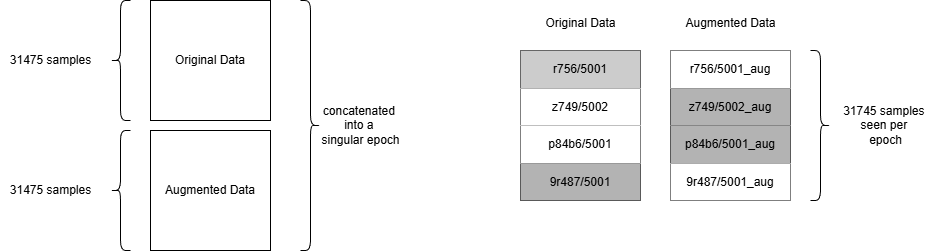
Above: figures/batching_fix.png in sodonne6/Data_Augmentation_for_AVSR (draw.io), before the change. Source tidied: cells renumbered, new cells last; positions are measured from the earlier drawing's top-left corner, leaving out a move shared by most shapes.
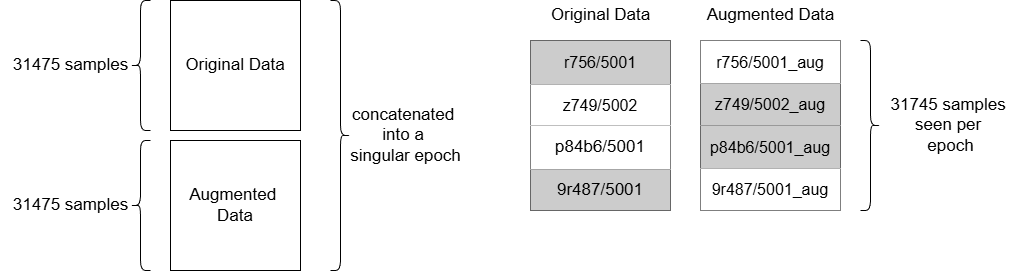
After the commit.

The edit, as a diff of the source:
```diff
@@ -2,95 +2,95 @@
   <root>
     <mxCell id="0" />
     <mxCell id="1" parent="0" />
-    <mxCell id="2" value="Original Data" style="whiteSpace=wrap;html=1;" parent="1" vertex="1">
-      <mxGeometry x="150" width="120" height="120" as="geometry" />
+    <mxCell id="2" value="&lt;font style=&quot;font-size: 17px;&quot;&gt;Original Data&lt;/font&gt;" style="whiteSpace=wrap;html=1;" parent="1" vertex="1">
+      <mxGeometry x="140" y="-10" width="130" height="130" as="geometry" />
     </mxCell>
-    <mxCell id="3" value="Augmented Data" style="whiteSpace=wrap;html=1;" parent="1" vertex="1">
-      <mxGeometry x="150" y="130" width="120" height="120" as="geometry" />
+    <mxCell id="3" value="&lt;font style=&quot;font-size: 17px;&quot;&gt;Augmented&amp;nbsp;&lt;/font&gt;&lt;div&gt;&lt;font style=&quot;font-size: 17px;&quot;&gt;Data&lt;/font&gt;&lt;/div&gt;" style="whiteSpace=wrap;html=1;" parent="1" vertex="1">
+      <mxGeometry x="140" y="130" width="130" height="130" as="geometry" />
     </mxCell>
     <mxCell id="4" style="shape=curlyBracket;whiteSpace=wrap;html=1;rounded=1;flipH=1;labelPosition=right;verticalLabelPosition=middle;align=left;verticalAlign=middle;" parent="1" vertex="1">
-      <mxGeometry x="300" width="20" height="250" as="geometry" />
+      <mxGeometry x="300" y="-10" width="20" height="270" as="geometry" />
     </mxCell>
-    <mxCell id="5" value="concatenated&amp;nbsp;&lt;div&gt;into a&amp;nbsp;&lt;/div&gt;&lt;div&gt;singular epoch&lt;/div&gt;" style="text;html=1;align=center;verticalAlign=middle;strokeColor=none;fillColor=none;" parent="1" vertex="1">
-      <mxGeometry x="310" y="95" width="100" height="60" as="geometry" />
+    <mxCell id="5" value="&lt;font style=&quot;font-size: 17px;&quot;&gt;concatenated&amp;nbsp;&lt;/font&gt;&lt;div&gt;&lt;font style=&quot;font-size: 17px;&quot;&gt;into a&amp;nbsp;&lt;/font&gt;&lt;/div&gt;&lt;div&gt;&lt;font style=&quot;font-size: 17px;&quot;&gt;singular epoch&lt;/font&gt;&lt;/div&gt;" style="text;html=1;align=center;verticalAlign=middle;strokeColor=none;fillColor=none;" parent="1" vertex="1">
+      <mxGeometry x="310" y="90" width="130" height="70" as="geometry" />
     </mxCell>
     <mxCell id="6" style="shape=curlyBracket;whiteSpace=wrap;html=1;rounded=1;labelPosition=left;verticalLabelPosition=middle;align=right;verticalAlign=middle;" parent="1" vertex="1">
-      <mxGeometry x="110" width="20" height="120" as="geometry" />
+      <mxGeometry x="100" y="-10" width="20" height="130" as="geometry" />
     </mxCell>
-    <mxCell id="7" value="31475 samples" style="text;html=1;align=center;verticalAlign=middle;strokeColor=none;fillColor=none;" parent="1" vertex="1">
-      <mxGeometry y="45" width="100" height="30" as="geometry" />
+    <mxCell id="7" value="&lt;font style=&quot;font-size: 17px;&quot;&gt;31475 samples&lt;/font&gt;" style="text;html=1;align=center;verticalAlign=middle;strokeColor=none;fillColor=none;" parent="1" vertex="1">
+      <mxGeometry x="-30" y="40" width="140" height="30" as="geometry" />
     </mxCell>
     <mxCell id="8" style="shape=curlyBracket;whiteSpace=wrap;html=1;rounded=1;labelPosition=left;verticalLabelPosition=middle;align=right;verticalAlign=middle;" parent="1" vertex="1">
-      <mxGeometry x="110" y="130" width="20" height="120" as="geometry" />
+      <mxGeometry x="100" y="130" width="20" height="130" as="geometry" />
     </mxCell>
-    <mxCell id="9" value="31475 samples" style="text;html=1;align=center;verticalAlign=middle;strokeColor=none;fillColor=none;" parent="1" vertex="1">
-      <mxGeometry y="175" width="100" height="30" as="geometry" />
+    <mxCell id="9" value="&lt;font style=&quot;font-size: 17px;&quot;&gt;31475 samples&lt;/font&gt;" style="text;html=1;align=center;verticalAlign=middle;strokeColor=none;fillColor=none;" parent="1" vertex="1">
+      <mxGeometry x="-30" y="180" width="140" height="30" as="geometry" />
     </mxCell>
     <mxCell id="10" style="shape=table;startSize=0;" parent="1" vertex="1">
-      <mxGeometry x="520" y="50" width="120" height="150" as="geometry" />
+      <mxGeometry x="500" y="30" width="140" height="170" as="geometry" />
     </mxCell>
     <mxCell id="11" style="shape=tableRow;horizontal=0;startSize=0;swimlaneHead=0;swimlaneBody=0;strokeColor=inherit;top=0;left=0;bottom=0;right=0;fillColor=none;" parent="10" vertex="1">
-      <mxGeometry width="120" height="38" as="geometry" />
+      <mxGeometry width="140" height="44" as="geometry" />
     </mxCell>
-    <mxCell id="12" value="&lt;span style=&quot;color: rgb(0, 0, 0);&quot;&gt;r756/5001&lt;/span&gt;" style="shape=partialRectangle;html=1;whiteSpace=wrap;strokeColor=#FF5A14;overflow=hidden;fillColor=#CCCCCC;top=0;left=0;bottom=0;right=0;" parent="11" vertex="1">
-      <mxGeometry width="120" height="38" as="geometry" />
+    <mxCell id="12" value="&lt;span style=&quot;color: rgb(0, 0, 0);&quot;&gt;&lt;font style=&quot;font-size: 16px;&quot;&gt;r756/5001&lt;/font&gt;&lt;/span&gt;" style="shape=partialRectangle;html=1;whiteSpace=wrap;strokeColor=#FF5A14;overflow=hidden;fillColor=#CCCCCC;top=0;left=0;bottom=0;right=0;" parent="11" vertex="1">
+      <mxGeometry width="140" height="44" as="geometry" />
     </mxCell>
     <mxCell id="13" style="shape=tableRow;horizontal=0;startSize=0;swimlaneHead=0;swimlaneBody=0;strokeColor=inherit;top=0;left=0;bottom=0;right=0;fillColor=none;" parent="10" vertex="1">
-      <mxGeometry y="38" width="120" height="37" as="geometry" />
+      <mxGeometry y="44" width="140" height="41" as="geometry" />
     </mxCell>
-    <mxCell id="14" value="&lt;span style=&quot;color: rgb(0, 0, 0);&quot;&gt;z749/5002&lt;/span&gt;" style="shape=partialRectangle;html=1;whiteSpace=wrap;strokeColor=inherit;overflow=hidden;fillColor=#FFFFFF;top=0;left=0;bottom=0;right=0;" parent="13" vertex="1">
-      <mxGeometry width="120" height="37" as="geometry" />
+    <mxCell id="14" value="&lt;span style=&quot;color: rgb(0, 0, 0);&quot;&gt;&lt;font style=&quot;font-size: 16px;&quot;&gt;z749/5002&lt;/font&gt;&lt;/span&gt;" style="shape=partialRectangle;html=1;whiteSpace=wrap;strokeColor=inherit;overflow=hidden;fillColor=#FFFFFF;top=0;left=0;bottom=0;right=0;" parent="13" vertex="1">
+      <mxGeometry width="140" height="41" as="geometry" />
     </mxCell>
     <mxCell id="15" style="shape=tableRow;horizontal=0;startSize=0;swimlaneHead=0;swimlaneBody=0;strokeColor=inherit;top=0;left=0;bottom=0;right=0;fillColor=none;" parent="10" vertex="1">
-      <mxGeometry y="75" width="120" height="38" as="geometry" />
+      <mxGeometry y="85" width="140" height="44" as="geometry" />
     </mxCell>
-    <mxCell id="16" value="&lt;span style=&quot;color: rgb(0, 0, 0);&quot;&gt;p84b6/5001&lt;/span&gt;" style="shape=partialRectangle;html=1;whiteSpace=wrap;strokeColor=inherit;overflow=hidden;fillColor=#FFFFFF;top=0;left=0;bottom=0;right=0;" parent="15" vertex="1">
-      <mxGeometry width="120" height="38" as="geometry" />
+    <mxCell id="16" value="&lt;span style=&quot;color: rgb(0, 0, 0);&quot;&gt;&lt;font style=&quot;font-size: 17px;&quot;&gt;p84b6/5001&lt;/font&gt;&lt;/span&gt;" style="shape=partialRectangle;html=1;whiteSpace=wrap;strokeColor=inherit;overflow=hidden;fillColor=#FFFFFF;top=0;left=0;bottom=0;right=0;" parent="15" vertex="1">
+      <mxGeometry width="140" height="44" as="geometry" />
     </mxCell>
     <mxCell id="17" style="shape=tableRow;horizontal=0;startSize=0;swimlaneHead=0;swimlaneBody=0;strokeColor=inherit;top=0;left=0;bottom=0;right=0;fillColor=none;" parent="10" vertex="1">
-      <mxGeometry y="113" width="120" height="37" as="geometry" />
+      <mxGeometry y="129" width="140" height="41" as="geometry" />
     </mxCell>
-    <mxCell id="18" value="&lt;span style=&quot;color: rgb(0, 0, 0);&quot;&gt;9r487/5001&lt;/span&gt;" style="shape=partialRectangle;html=1;whiteSpace=wrap;strokeColor=inherit;overflow=hidden;fillColor=#B3B3B3;top=0;left=0;bottom=0;right=0;" parent="17" vertex="1">
-      <mxGeometry width="120" height="37" as="geometry" />
+    <mxCell id="18" value="&lt;span style=&quot;color: rgb(0, 0, 0);&quot;&gt;&lt;font style=&quot;font-size: 17px;&quot;&gt;9r487/5001&lt;/font&gt;&lt;/span&gt;" style="shape=partialRectangle;html=1;whiteSpace=wrap;strokeColor=inherit;overflow=hidden;fillColor=#CCCCCC;top=0;left=0;bottom=0;right=0;" parent="17" vertex="1">
+      <mxGeometry width="140" height="41" as="geometry" />
     </mxCell>
     <mxCell id="19" style="shape=table;startSize=0;" parent="1" vertex="1">
-      <mxGeometry x="670" y="50" width="120" height="150" as="geometry" />
+      <mxGeometry x="670" y="30" width="140" height="170" as="geometry" />
     </mxCell>
     <mxCell id="20" style="shape=tableRow;horizontal=0;startSize=0;swimlaneHead=0;swimlaneBody=0;strokeColor=inherit;top=0;left=0;bottom=0;right=0;fillColor=none;" parent="19" vertex="1">
-      <mxGeometry width="120" height="38" as="geometry" />
+      <mxGeometry width="140" height="43" as="geometry" />
     </mxCell>
-    <mxCell id="21" value="&lt;span style=&quot;color: rgb(0, 0, 0);&quot;&gt;r756/5001_aug&lt;/span&gt;" style="shape=partialRectangle;html=1;whiteSpace=wrap;strokeColor=#FF5A14;overflow=hidden;fillColor=#FFFFFF;top=0;left=0;bottom=0;right=0;" parent="20" vertex="1">
-      <mxGeometry width="120" height="38" as="geometry" />
+    <mxCell id="21" value="&lt;span style=&quot;color: rgb(0, 0, 0);&quot;&gt;&lt;font style=&quot;font-size: 16px;&quot;&gt;r756/5001_aug&lt;/font&gt;&lt;/span&gt;" style="shape=partialRectangle;html=1;whiteSpace=wrap;strokeColor=#FF5A14;overflow=hidden;fillColor=#FFFFFF;top=0;left=0;bottom=0;right=0;" parent="20" vertex="1">
+      <mxGeometry width="140" height="43" as="geometry" />
     </mxCell>
     <mxCell id="22" style="shape=tableRow;horizontal=0;startSize=0;swimlaneHead=0;swimlaneBody=0;strokeColor=inherit;top=0;left=0;bottom=0;right=0;fillColor=none;" parent="19" vertex="1">
-      <mxGeometry y="38" width="120" height="37" as="geometry" />
+      <mxGeometry y="43" width="140" height="42" as="geometry" />
     </mxCell>
-    <mxCell id="23" value="&lt;span style=&quot;color: rgb(0, 0, 0);&quot;&gt;z749/5002_aug&lt;/span&gt;" style="shape=partialRectangle;html=1;whiteSpace=wrap;strokeColor=inherit;overflow=hidden;fillColor=#B3B3B3;top=0;left=0;bottom=0;right=0;" parent="22" vertex="1">
-      <mxGeometry width="120" height="37" as="geometry" />
+    <mxCell id="23" value="&lt;span style=&quot;color: rgb(0, 0, 0);&quot;&gt;&lt;font style=&quot;font-size: 16px;&quot;&gt;z749/5002_aug&lt;/font&gt;&lt;/span&gt;" style="shape=partialRectangle;html=1;whiteSpace=wrap;strokeColor=inherit;overflow=hidden;fillColor=#CCCCCC;top=0;left=0;bottom=0;right=0;" parent="22" vertex="1">
+      <mxGeometry width="140" height="42" as="geometry" />
     </mxCell>
     <mxCell id="24" style="shape=tableRow;horizontal=0;startSize=0;swimlaneHead=0;swimlaneBody=0;strokeColor=inherit;top=0;left=0;bottom=0;right=0;fillColor=none;" parent="19" vertex="1">
-      <mxGeometry y="75" width="120" height="38" as="geometry" />
+      <mxGeometry y="85" width="140" height="43" as="geometry" />
     </mxCell>
-    <mxCell id="25" value="&lt;span style=&quot;color: rgb(0, 0, 0);&quot;&gt;p84b6/5001_aug&lt;/span&gt;" style="shape=partialRectangle;html=1;whiteSpace=wrap;strokeColor=inherit;overflow=hidden;fillColor=#B3B3B3;top=0;left=0;bottom=0;right=0;" parent="24" vertex="1">
-      <mxGeometry width="120" height="38" as="geometry" />
+    <mxCell id="25" value="&lt;span style=&quot;color: rgb(0, 0, 0);&quot;&gt;&lt;font style=&quot;font-size: 16px;&quot;&gt;p84b6/5001_aug&lt;/font&gt;&lt;/span&gt;" style="shape=partialRectangle;html=1;whiteSpace=wrap;strokeColor=inherit;overflow=hidden;fillColor=#CCCCCC;top=0;left=0;bottom=0;right=0;" parent="24" vertex="1">
+      <mxGeometry width="140" height="43" as="geometry" />
     </mxCell>
     <mxCell id="26" style="shape=tableRow;horizontal=0;startSize=0;swimlaneHead=0;swimlaneBody=0;strokeColor=inherit;top=0;left=0;bottom=0;right=0;fillColor=none;" parent="19" vertex="1">
-      <mxGeometry y="113" width="120" height="37" as="geometry" />
+      <mxGeometry y="128" width="140" height="42" as="geometry" />
     </mxCell>
-    <mxCell id="27" value="&lt;span style=&quot;color: rgb(0, 0, 0);&quot;&gt;9r487/5001_aug&lt;/span&gt;" style="shape=partialRectangle;html=1;whiteSpace=wrap;strokeColor=inherit;overflow=hidden;fillColor=#FFFFFF;top=0;left=0;bottom=0;right=0;" parent="26" vertex="1">
-      <mxGeometry width="120" height="37" as="geometry" />
+    <mxCell id="27" value="&lt;span style=&quot;color: rgb(0, 0, 0);&quot;&gt;&lt;font style=&quot;font-size: 16px;&quot;&gt;9r487/5001_aug&lt;/font&gt;&lt;/span&gt;" style="shape=partialRectangle;html=1;whiteSpace=wrap;strokeColor=inherit;overflow=hidden;fillColor=#FFFFFF;top=0;left=0;bottom=0;right=0;" parent="26" vertex="1">
+      <mxGeometry width="140" height="42" as="geometry" />
     </mxCell>
     <mxCell id="28" style="shape=curlyBracket;whiteSpace=wrap;html=1;rounded=1;flipH=1;labelPosition=right;verticalLabelPosition=middle;align=left;verticalAlign=middle;" parent="1" vertex="1">
-      <mxGeometry x="810" y="50" width="20" height="150" as="geometry" />
+      <mxGeometry x="830" y="30" width="20" height="170" as="geometry" />
     </mxCell>
-    <mxCell id="29" value="31745 samples&amp;nbsp;&lt;div&gt;seen per&amp;nbsp;&lt;/div&gt;&lt;div&gt;epoch&lt;/div&gt;" style="text;html=1;align=center;verticalAlign=middle;strokeColor=none;fillColor=none;" parent="1" vertex="1">
-      <mxGeometry x="830" y="95" width="110" height="60" as="geometry" />
+    <mxCell id="29" value="&lt;font style=&quot;font-size: 17px;&quot;&gt;31745 samples&amp;nbsp;&lt;/font&gt;&lt;div&gt;&lt;font style=&quot;font-size: 17px;&quot;&gt;seen per&amp;nbsp;&lt;/font&gt;&lt;/div&gt;&lt;div&gt;&lt;font style=&quot;font-size: 17px;&quot;&gt;epoch&lt;/font&gt;&lt;/div&gt;" style="text;html=1;align=center;verticalAlign=middle;strokeColor=none;fillColor=none;" parent="1" vertex="1">
+      <mxGeometry x="850" y="80" width="140" height="70" as="geometry" />
     </mxCell>
-    <mxCell id="30" value="Original Data" style="text;html=1;align=center;verticalAlign=middle;strokeColor=none;fillColor=none;" parent="1" vertex="1">
-      <mxGeometry x="535" y="8" width="90" height="30" as="geometry" />
+    <mxCell id="30" value="&lt;font style=&quot;font-size: 17px;&quot;&gt;Original Data&lt;/font&gt;" style="text;html=1;align=center;verticalAlign=middle;strokeColor=none;fillColor=none;" parent="1" vertex="1">
+      <mxGeometry x="510" y="-10" width="120" height="30" as="geometry" />
     </mxCell>
-    <mxCell id="31" value="Augmented Data" style="text;html=1;align=center;verticalAlign=middle;strokeColor=none;fillColor=none;" parent="1" vertex="1">
-      <mxGeometry x="675" y="8" width="110" height="30" as="geometry" />
+    <mxCell id="31" value="&lt;font style=&quot;font-size: 17px;&quot;&gt;Augmented Data&lt;/font&gt;" style="text;html=1;align=center;verticalAlign=middle;strokeColor=none;fillColor=none;" parent="1" vertex="1">
+      <mxGeometry x="665" y="-10" width="150" height="30" as="geometry" />
     </mxCell>
   </root>
 </mxGraphModel>
```
